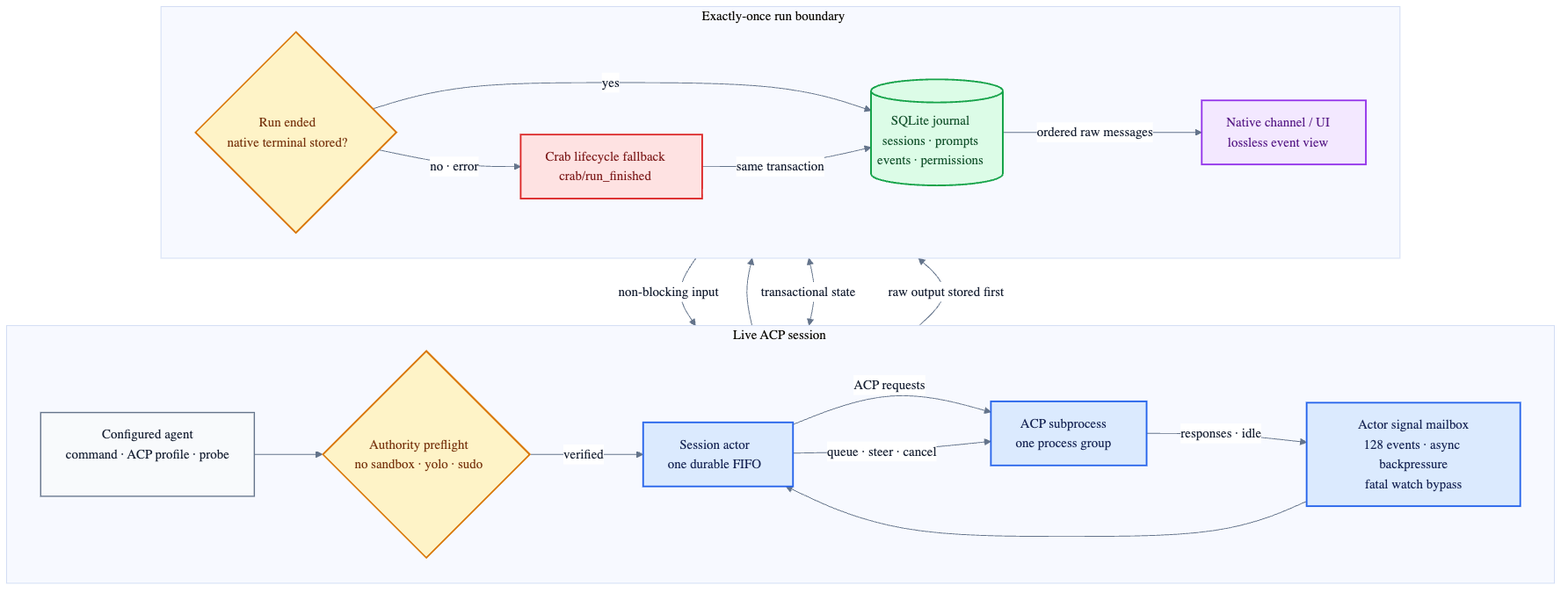
Before: v2/docs/agent-host-flow.png, a diagram exported from Mermaid (fontanierh/crab). Its source is kept beside it as v2/docs/agent-host-flow.mmd.
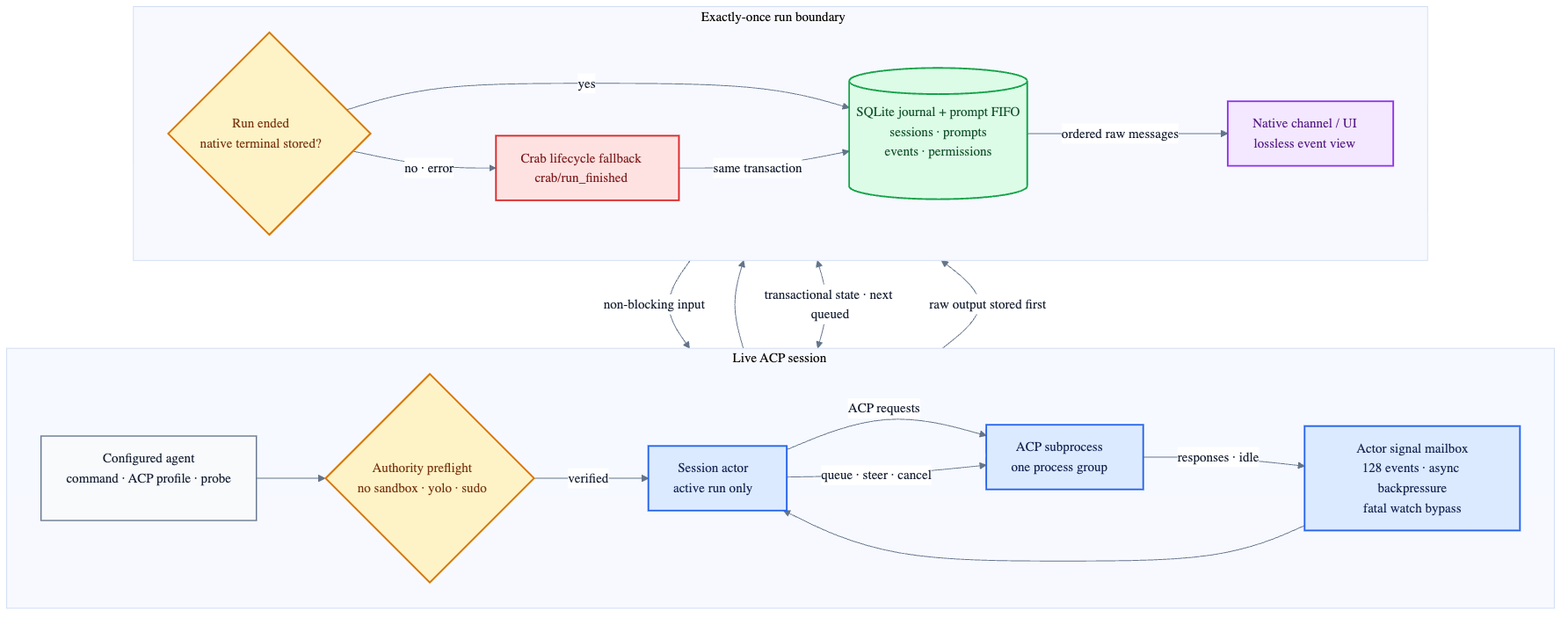
After the commit.

Commit message:
fix(v2): make prompt FIFO durable (#308)

The edit, as a diff of the source:
```diff
@@ -4,7 +4,7 @@
         direction LR
         CONFIG["Configured agent<br/>command · ACP profile · probe"]
         PREFLIGHT{"Authority preflight<br/>no sandbox · yolo · sudo"}
-        ACTOR["Session actor<br/>one durable FIFO"]
+        ACTOR["Session actor<br/>active run only"]
         MAILBOX["Actor signal mailbox<br/>128 events · async backpressure<br/>fatal watch bypass"]
         ACP["ACP subprocess<br/>one process group"]
         CONFIG --> PREFLIGHT
@@ -17,7 +17,7 @@
         direction LR
         ENDED{"Run ended<br/>native terminal stored?"}
         FALLBACK["Crab lifecycle fallback<br/>crab/run_finished"]
-        DB[("SQLite journal<br/>sessions · prompts<br/>events · permissions")]
+        DB[("SQLite journal + prompt FIFO<br/>sessions · prompts<br/>events · permissions")]
         UI["Native channel / UI<br/>lossless event view"]
         ENDED -->|"yes"| DB
         ENDED -->|"no · error"| FALLBACK
@@ -26,7 +26,7 @@
     end
 
     ACTOR --> ENDED
-    ACTOR <-->|"transactional state"| DB
+    ACTOR <-->|"transactional state · next queued"| DB
     ACP -->|"raw output stored first"| DB
     UI -->|"non-blocking input"| ACTOR
 
```
